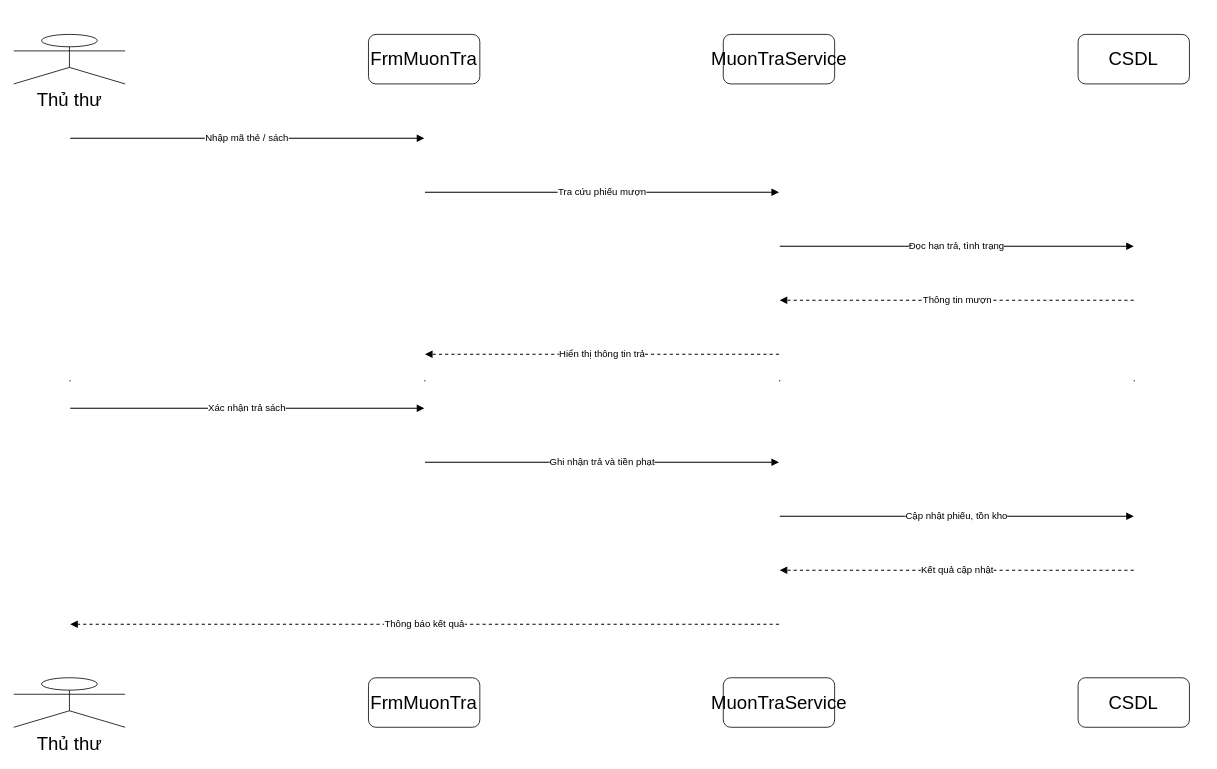
This is page "LAB02 - Quản lý trả sách" (5 of 8) of IMAGES/LAB02.drawio from NguyenPhiLong517/LAB_OOSD, a draw.io file, before an edit. Source tidied: cells renumbered, new cells numbered last; positions are measured from the earlier drawing's top-left corner, leaving out a move shared by most shapes. Both pictures are drawn from the tidied source at 80%, with x=0, y=0 at pixel (14, 34).
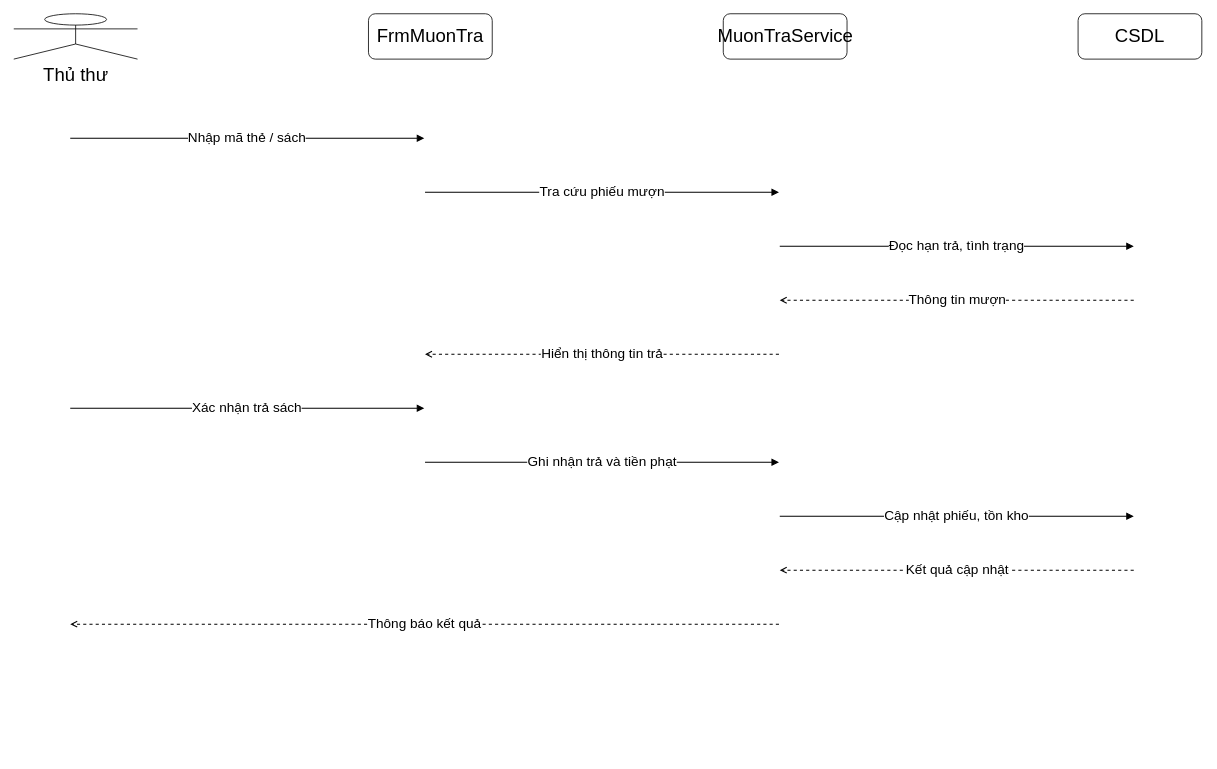
The same page after the edit.

The change refers to these unchanged cells:
```xml
<mxCell id="24" style="shape=ellipse;opacity=0;strokeColor=none;fillColor=none;fillColor=none;strokeColor=black;fontColor=#000000;fontSize=1;" parent="1" vertex="1">
  <mxGeometry x="69.3" y="129.8" width="1" height="1" as="geometry" />
</mxCell>
<mxCell id="25" style="shape=ellipse;opacity=0;strokeColor=none;fillColor=none;fillColor=none;strokeColor=black;fontColor=#000000;fontSize=1;" parent="1" vertex="1">
  <mxGeometry x="512.8" y="129.8" width="1" height="1" as="geometry" />
</mxCell>
<mxCell id="26" style="shape=ellipse;opacity=0;strokeColor=none;fillColor=none;fillColor=none;strokeColor=black;fontColor=#000000;fontSize=1;" parent="1" vertex="1">
  <mxGeometry x="512.8" y="197.3" width="1" height="1" as="geometry" />
</mxCell>
<mxCell id="27" style="shape=ellipse;opacity=0;strokeColor=none;fillColor=none;fillColor=none;strokeColor=black;fontColor=#000000;fontSize=1;" parent="1" vertex="1">
  <mxGeometry x="956.2" y="197.3" width="1" height="1" as="geometry" />
</mxCell>
<mxCell id="28" style="shape=ellipse;opacity=0;strokeColor=none;fillColor=none;fillColor=none;strokeColor=black;fontColor=#000000;fontSize=1;" parent="1" vertex="1">
  <mxGeometry x="956.2" y="264.8" width="1" height="1" as="geometry" />
</mxCell>
<mxCell id="29" style="shape=ellipse;opacity=0;strokeColor=none;fillColor=none;fillColor=none;strokeColor=black;fontColor=#000000;fontSize=1;" parent="1" vertex="1">
  <mxGeometry x="1399.7" y="264.8" width="1" height="1" as="geometry" />
</mxCell>
<mxCell id="30" style="shape=ellipse;opacity=0;strokeColor=none;fillColor=none;fillColor=none;strokeColor=black;fontColor=#000000;fontSize=1;" parent="1" vertex="1">
  <mxGeometry x="1399.7" y="332.3" width="1" height="1" as="geometry" />
</mxCell>
<mxCell id="31" style="shape=ellipse;opacity=0;strokeColor=none;fillColor=none;fillColor=none;strokeColor=black;fontColor=#000000;fontSize=1;" parent="1" vertex="1">
  <mxGeometry x="956.2" y="332.3" width="1" height="1" as="geometry" />
</mxCell>
<mxCell id="32" style="shape=ellipse;opacity=0;strokeColor=none;fillColor=none;fillColor=none;strokeColor=black;fontColor=#000000;fontSize=1;" parent="1" vertex="1">
  <mxGeometry x="956.2" y="399.8" width="1" height="1" as="geometry" />
</mxCell>
<mxCell id="33" style="shape=ellipse;opacity=0;strokeColor=none;fillColor=none;fillColor=none;strokeColor=black;fontColor=#000000;fontSize=1;" parent="1" vertex="1">
  <mxGeometry x="512.8" y="399.8" width="1" height="1" as="geometry" />
</mxCell>
<mxCell id="34" style="shape=ellipse;opacity=0;strokeColor=none;fillColor=none;fillColor=none;strokeColor=black;fontColor=#000000;fontSize=1;" parent="1" vertex="1">
  <mxGeometry x="69.3" y="467.2" width="1" height="1" as="geometry" />
</mxCell>
<mxCell id="35" style="shape=ellipse;opacity=0;strokeColor=none;fillColor=none;fillColor=none;strokeColor=black;fontColor=#000000;fontSize=1;" parent="1" vertex="1">
  <mxGeometry x="512.8" y="467.2" width="1" height="1" as="geometry" />
</mxCell>
<mxCell id="36" style="shape=ellipse;opacity=0;strokeColor=none;fillColor=none;fillColor=none;strokeColor=black;fontColor=#000000;fontSize=1;" parent="1" vertex="1">
  <mxGeometry x="512.8" y="534.7" width="1" height="1" as="geometry" />
</mxCell>
<mxCell id="37" style="shape=ellipse;opacity=0;strokeColor=none;fillColor=none;fillColor=none;strokeColor=black;fontColor=#000000;fontSize=1;" parent="1" vertex="1">
  <mxGeometry x="956.2" y="534.7" width="1" height="1" as="geometry" />
</mxCell>
<mxCell id="38" style="shape=ellipse;opacity=0;strokeColor=none;fillColor=none;fillColor=none;strokeColor=black;fontColor=#000000;fontSize=1;" parent="1" vertex="1">
  <mxGeometry x="956.2" y="602.2" width="1" height="1" as="geometry" />
</mxCell>
<mxCell id="39" style="shape=ellipse;opacity=0;strokeColor=none;fillColor=none;fillColor=none;strokeColor=black;fontColor=#000000;fontSize=1;" parent="1" vertex="1">
  <mxGeometry x="1399.7" y="602.2" width="1" height="1" as="geometry" />
</mxCell>
<mxCell id="40" style="shape=ellipse;opacity=0;strokeColor=none;fillColor=none;fillColor=none;strokeColor=black;fontColor=#000000;fontSize=1;" parent="1" vertex="1">
  <mxGeometry x="1399.7" y="669.7" width="1" height="1" as="geometry" />
</mxCell>
<mxCell id="41" style="shape=ellipse;opacity=0;strokeColor=none;fillColor=none;fillColor=none;strokeColor=black;fontColor=#000000;fontSize=1;" parent="1" vertex="1">
  <mxGeometry x="956.2" y="669.7" width="1" height="1" as="geometry" />
</mxCell>
<mxCell id="42" style="shape=ellipse;opacity=0;strokeColor=none;fillColor=none;fillColor=none;strokeColor=black;fontColor=#000000;fontSize=1;" parent="1" vertex="1">
  <mxGeometry x="956.2" y="737.2" width="1" height="1" as="geometry" />
</mxCell>
<mxCell id="43" style="shape=ellipse;opacity=0;strokeColor=none;fillColor=none;fillColor=none;strokeColor=black;fontColor=#000000;fontSize=1;" parent="1" vertex="1">
  <mxGeometry x="69.3" y="737.2" width="1" height="1" as="geometry" />
</mxCell>
```

Change to the diagram source:
```diff
@@
-    <mxCell id="2" value="Nhập mã thẻ / sách" style="edgeStyle=orthogonalEdgeStyle;rounded=0;jettySize=auto;html=1;strokeColor=#000000;strokeWidth=1.3;endArrow=block;endFill=1;fontColor=#000000;fontSize=12;edgeStyle=none;" parent="1" edge="1" source="24" target="25">
+    <mxCell id="2" value="Nhập mã thẻ / sách" style="edgeStyle=orthogonalEdgeStyle;rounded=0;jettySize=auto;html=1;strokeColor=#000000;strokeWidth=1.3;endArrow=block;endFill=1;fontColor=#000000;fontSize=17;edgeStyle=none;" parent="1" edge="1" source="24" target="25">
       <mxGeometry relative="1" as="geometry" />
     </mxCell>
-    <mxCell id="3" value="Tra cứu phiếu mượn" style="edgeStyle=orthogonalEdgeStyle;rounded=0;jettySize=auto;html=1;strokeColor=#000000;strokeWidth=1.3;endArrow=block;endFill=1;fontColor=#000000;fontSize=12;edgeStyle=none;" parent="1" edge="1" source="26" target="27">
+    <mxCell id="3" value="Tra cứu phiếu mượn" style="edgeStyle=orthogonalEdgeStyle;rounded=0;jettySize=auto;html=1;strokeColor=#000000;strokeWidth=1.3;endArrow=block;endFill=1;fontColor=#000000;fontSize=17;edgeStyle=none;" parent="1" edge="1" source="26" target="27">
       <mxGeometry relative="1" as="geometry" />
     </mxCell>
-    <mxCell id="4" value="Đọc hạn trả, tình trạng" style="edgeStyle=orthogonalEdgeStyle;rounded=0;jettySize=auto;html=1;strokeColor=#000000;strokeWidth=1.3;endArrow=block;endFill=1;fontColor=#000000;fontSize=12;edgeStyle=none;" parent="1" edge="1" source="28" target="29">
+    <mxCell id="4" value="Đọc hạn trả, tình trạng" style="edgeStyle=orthogonalEdgeStyle;rounded=0;jettySize=auto;html=1;strokeColor=#000000;strokeWidth=1.3;endArrow=block;endFill=1;fontColor=#000000;fontSize=17;edgeStyle=none;" parent="1" edge="1" source="28" target="29">
       <mxGeometry relative="1" as="geometry" />
     </mxCell>
-    <mxCell id="5" value="Thông tin mượn" style="edgeStyle=orthogonalEdgeStyle;rounded=0;jettySize=auto;html=1;strokeColor=#000000;strokeWidth=1.3;endArrow=block;endFill=1;fontColor=#000000;fontSize=12;dashed=1;edgeStyle=none;" parent="1" edge="1" source="30" target="31">
+    <mxCell id="5" value="Thông tin mượn" style="edgeStyle=orthogonalEdgeStyle;rounded=0;jettySize=auto;html=1;strokeColor=#000000;strokeWidth=1.3;endArrow=open;endFill=0;fontColor=#000000;fontSize=17;dashed=1;edgeStyle=none;" parent="1" edge="1" source="30" target="31">
       <mxGeometry relative="1" as="geometry" />
     </mxCell>
-    <mxCell id="6" value="Hiển thị thông tin trả" style="edgeStyle=orthogonalEdgeStyle;rounded=0;jettySize=auto;html=1;strokeColor=#000000;strokeWidth=1.3;endArrow=block;endFill=1;fontColor=#000000;fontSize=12;dashed=1;edgeStyle=none;" parent="1" edge="1" source="32" target="33">
+    <mxCell id="6" value="Hiển thị thông tin trả" style="edgeStyle=orthogonalEdgeStyle;rounded=0;jettySize=auto;html=1;strokeColor=#000000;strokeWidth=1.3;endArrow=open;endFill=0;fontColor=#000000;fontSize=17;dashed=1;edgeStyle=none;" parent="1" edge="1" source="32" target="33">
       <mxGeometry relative="1" as="geometry" />
     </mxCell>
-    <mxCell id="7" value="Xác nhận trả sách" style="edgeStyle=orthogonalEdgeStyle;rounded=0;jettySize=auto;html=1;strokeColor=#000000;strokeWidth=1.3;endArrow=block;endFill=1;fontColor=#000000;fontSize=12;edgeStyle=none;" parent="1" edge="1" source="34" target="35">
+    <mxCell id="7" value="Xác nhận trả sách" style="edgeStyle=orthogonalEdgeStyle;rounded=0;jettySize=auto;html=1;strokeColor=#000000;strokeWidth=1.3;endArrow=block;endFill=1;fontColor=#000000;fontSize=17;edgeStyle=none;" parent="1" edge="1" source="34" target="35">
       <mxGeometry relative="1" as="geometry" />
     </mxCell>
-    <mxCell id="8" value="Ghi nhận trả và tiền phạt" style="edgeStyle=orthogonalEdgeStyle;rounded=0;jettySize=auto;html=1;strokeColor=#000000;strokeWidth=1.3;endArrow=block;endFill=1;fontColor=#000000;fontSize=12;edgeStyle=none;" parent="1" edge="1" source="36" target="37">
+    <mxCell id="8" value="Ghi nhận trả và tiền phạt" style="edgeStyle=orthogonalEdgeStyle;rounded=0;jettySize=auto;html=1;strokeColor=#000000;strokeWidth=1.3;endArrow=block;endFill=1;fontColor=#000000;fontSize=17;edgeStyle=none;" parent="1" edge="1" source="36" target="37">
       <mxGeometry relative="1" as="geometry" />
     </mxCell>
-    <mxCell id="9" value="Cập nhật phiếu, tồn kho" style="edgeStyle=orthogonalEdgeStyle;rounded=0;jettySize=auto;html=1;strokeColor=#000000;strokeWidth=1.3;endArrow=block;endFill=1;fontColor=#000000;fontSize=12;edgeStyle=none;" parent="1" edge="1" source="38" target="39">
+    <mxCell id="9" value="Cập nhật phiếu, tồn kho" style="edgeStyle=orthogonalEdgeStyle;rounded=0;jettySize=auto;html=1;strokeColor=#000000;strokeWidth=1.3;endArrow=block;endFill=1;fontColor=#000000;fontSize=17;edgeStyle=none;" parent="1" edge="1" source="38" target="39">
       <mxGeometry relative="1" as="geometry" />
     </mxCell>
-    <mxCell id="10" value="Kết quả cập nhật" style="edgeStyle=orthogonalEdgeStyle;rounded=0;jettySize=auto;html=1;strokeColor=#000000;strokeWidth=1.3;endArrow=block;endFill=1;fontColor=#000000;fontSize=12;dashed=1;edgeStyle=none;" parent="1" edge="1" source="40" target="41">
+    <mxCell id="10" value="Kết quả cập nhật" style="edgeStyle=orthogonalEdgeStyle;rounded=0;jettySize=auto;html=1;strokeColor=#000000;strokeWidth=1.3;endArrow=open;endFill=0;fontColor=#000000;fontSize=17;dashed=1;edgeStyle=none;" parent="1" edge="1" source="40" target="41">
       <mxGeometry relative="1" as="geometry" />
     </mxCell>
-    <mxCell id="11" value="Thông báo kết quả" style="edgeStyle=orthogonalEdgeStyle;rounded=0;jettySize=auto;html=1;strokeColor=#000000;strokeWidth=1.3;endArrow=block;endFill=1;fontColor=#000000;fontSize=12;dashed=1;edgeStyle=none;" parent="1" edge="1" source="42" target="43">
+    <mxCell id="11" value="Thông báo kết quả" style="edgeStyle=orthogonalEdgeStyle;rounded=0;jettySize=auto;html=1;strokeColor=#000000;strokeWidth=1.3;endArrow=open;endFill=0;fontColor=#000000;fontSize=17;dashed=1;edgeStyle=none;" parent="1" edge="1" source="42" target="43">
       <mxGeometry relative="1" as="geometry" />
     </mxCell>
     <mxCell id="12" value="Thủ thư" style="shape=umlActor;verticalLabelPosition=bottom;verticalAlign=top;html=1;fillColor=white;strokeColor=black;fontColor=#000000;fontSize=23.205;" parent="1" vertex="1">
-      <mxGeometry x="-0.3" y="0.5" width="139.2" height="61.9" as="geometry" />
+      <mxGeometry x="-0.3" y="-25.3" width="154.7" height="56.7" as="geometry" />
     </mxCell>
-    <mxCell id="13" value="Thủ thư" style="shape=umlActor;verticalLabelPosition=bottom;verticalAlign=top;html=1;fillColor=white;strokeColor=black;fontColor=#000000;fontSize=23.205;" parent="1" vertex="1">
-      <mxGeometry x="-0.3" y="804.7" width="139.2" height="61.9" as="geometry" />
-    </mxCell>
-    <mxCell id="14" style="shape=line;dashed=1;strokeWidth=1.2;html=1;fillColor=none;strokeColor=black;fontColor=#000000;fontSize=8;" parent="1" vertex="1">
-      <mxGeometry x="69.3" y="62.3" width="1.5" height="742.3" as="geometry" />
+    <mxCell id="14" style="shape=line;dashed=1;strokeWidth=1.5;strokeColor=#000000;html=1;" parent="1" vertex="1">
+      <mxGeometry x="69.3" y="31.4" height="835.1" as="geometry" />
     </mxCell>
     <mxCell id="15" value="FrmMuonTra" style="rounded=1;whiteSpace=wrap;html=1;fillColor=white;strokeColor=black;fontColor=#000000;fontSize=23.205;" parent="1" vertex="1">
-      <mxGeometry x="443.1" y="0.5" width="139.2" height="61.9" as="geometry" />
+      <mxGeometry x="443.1" y="-25.3" width="154.7" height="56.7" as="geometry" />
     </mxCell>
-    <mxCell id="16" value="FrmMuonTra" style="rounded=1;whiteSpace=wrap;html=1;fillColor=white;strokeColor=black;fontColor=#000000;fontSize=23.205;" parent="1" vertex="1">
-      <mxGeometry x="443.1" y="804.7" width="139.2" height="61.9" as="geometry" />
-    </mxCell>
-    <mxCell id="17" style="shape=line;dashed=1;strokeWidth=1.2;html=1;fillColor=none;strokeColor=black;fontColor=#000000;fontSize=8;" parent="1" vertex="1">
-      <mxGeometry x="512.8" y="62.3" width="1.5" height="742.3" as="geometry" />
+    <mxCell id="17" style="shape=line;dashed=1;strokeWidth=1.5;strokeColor=#000000;html=1;" parent="1" vertex="1">
+      <mxGeometry x="512.8" y="31.4" height="835.1" as="geometry" />
     </mxCell>
     <mxCell id="18" value="MuonTraService" style="rounded=1;whiteSpace=wrap;html=1;fillColor=white;strokeColor=black;fontColor=#000000;fontSize=23.205;" parent="1" vertex="1">
-      <mxGeometry x="886.6" y="0.5" width="139.2" height="61.9" as="geometry" />
+      <mxGeometry x="886.6" y="-25.3" width="154.7" height="56.7" as="geometry" />
     </mxCell>
-    <mxCell id="19" value="MuonTraService" style="rounded=1;whiteSpace=wrap;html=1;fillColor=white;strokeColor=black;fontColor=#000000;fontSize=23.205;" parent="1" vertex="1">
-      <mxGeometry x="886.6" y="804.7" width="139.2" height="61.9" as="geometry" />
-    </mxCell>
-    <mxCell id="20" style="shape=line;dashed=1;strokeWidth=1.2;html=1;fillColor=none;strokeColor=black;fontColor=#000000;fontSize=8;" parent="1" vertex="1">
-      <mxGeometry x="956.2" y="62.3" width="1.5" height="742.3" as="geometry" />
+    <mxCell id="20" style="shape=line;dashed=1;strokeWidth=1.5;strokeColor=#000000;html=1;" parent="1" vertex="1">
+      <mxGeometry x="956.2" y="31.4" height="835.1" as="geometry" />
     </mxCell>
     <mxCell id="21" value="CSDL" style="rounded=1;whiteSpace=wrap;html=1;fillColor=white;strokeColor=black;fontColor=#000000;fontSize=23.205;" parent="1" vertex="1">
-      <mxGeometry x="1330.1" y="0.5" width="139.2" height="61.9" as="geometry" />
+      <mxGeometry x="1330.1" y="-25.3" width="154.7" height="56.7" as="geometry" />
     </mxCell>
-    <mxCell id="22" value="CSDL" style="rounded=1;whiteSpace=wrap;html=1;fillColor=white;strokeColor=black;fontColor=#000000;fontSize=23.205;" parent="1" vertex="1">
-      <mxGeometry x="1330.1" y="804.7" width="139.2" height="61.9" as="geometry" />
-    </mxCell>
-    <mxCell id="23" style="shape=line;dashed=1;strokeWidth=1.2;html=1;fillColor=none;strokeColor=black;fontColor=#000000;fontSize=8;" parent="1" vertex="1">
-      <mxGeometry x="1399.7" y="62.3" width="1.5" height="742.3" as="geometry" />
+    <mxCell id="23" style="shape=line;dashed=1;strokeWidth=1.5;strokeColor=#000000;html=1;" parent="1" vertex="1">
+      <mxGeometry x="1399.7" y="31.4" height="835.1" as="geometry" />
     </mxCell>
```
